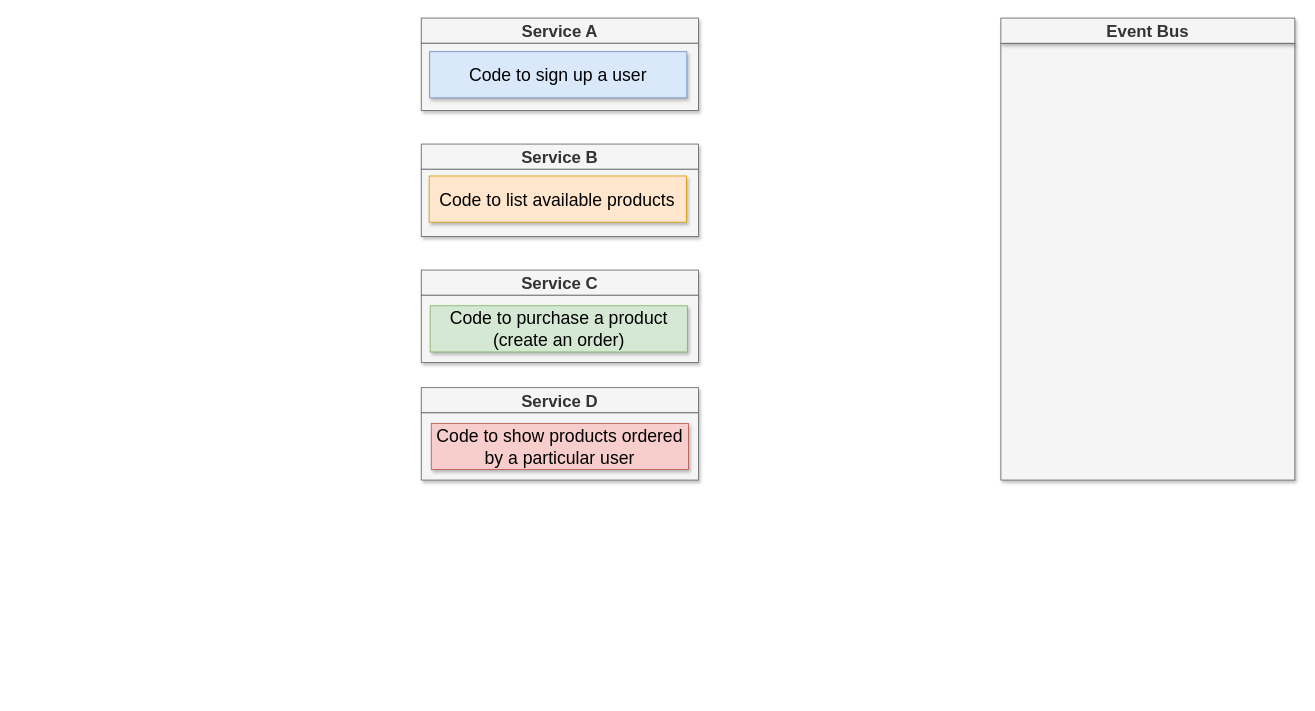
Before: page "12 - async" (14 of 16) of diagrams/01/03.drawio in HappySuzuki/microservices-cast, a draw.io diagram. Source tidied: cells renumbered, new cells numbered last; positions are measured from the earlier drawing's top-left corner, leaving out a move shared by most shapes. Both pictures are drawn from the tidied source at 84%, with x=0, y=0 at pixel (421, 18).
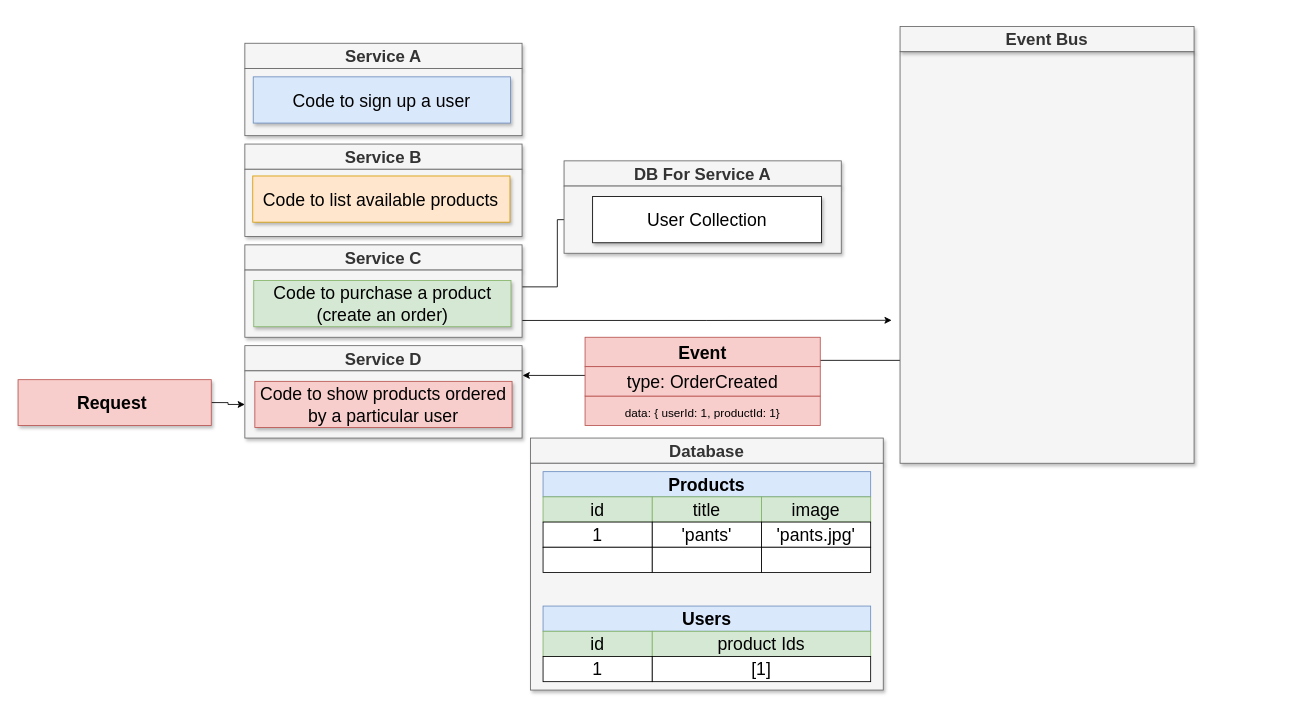
The same diagram, later.

What changed in the source:
```diff
@@
     <mxCell id="2" value="Service B" style="rounded=0;whiteSpace=wrap;html=1;shadow=1;fontSize=20;fillColor=#f5f5f5;strokeColor=#666666;fontColor=#333333;fontStyle=1;" parent="1" vertex="1">
-      <mxGeometry y="150" width="330" height="30" as="geometry" />
+      <mxGeometry x="-210" y="150" width="330" height="30" as="geometry" />
     </mxCell>
     <mxCell id="3" value="Service C" style="rounded=0;whiteSpace=wrap;html=1;shadow=1;fontSize=20;fillColor=#f5f5f5;strokeColor=#666666;fontColor=#333333;fontStyle=1;" parent="1" vertex="1">
-      <mxGeometry y="300" width="330" height="30" as="geometry" />
+      <mxGeometry x="-210" y="270" width="330" height="30" as="geometry" />
     </mxCell>
     <mxCell id="4" value="Service A" style="rounded=0;whiteSpace=wrap;html=1;shadow=1;fontSize=20;fillColor=#f5f5f5;strokeColor=#666666;fontColor=#333333;fontStyle=1;" parent="1" vertex="1">
-      <mxGeometry width="330" height="30" as="geometry" />
+      <mxGeometry x="-210" y="30" width="330" height="30" as="geometry" />
     </mxCell>
     <mxCell id="5" style="rounded=0;whiteSpace=wrap;html=1;shadow=1;fontSize=28;fillColor=#f5f5f5;strokeColor=#666666;fontColor=#333333;" parent="1" vertex="1">
-      <mxGeometry y="30" width="330" height="80" as="geometry" />
+      <mxGeometry x="-210" y="60" width="330" height="80" as="geometry" />
     </mxCell>
     <mxCell id="6" value="Code to sign up a user" style="rounded=0;whiteSpace=wrap;html=1;shadow=1;fontSize=21;fillColor=#dae8fc;strokeColor=#6c8ebf;" parent="1" vertex="1">
-      <mxGeometry x="10" y="40" width="306.2" height="55" as="geometry" />
+      <mxGeometry x="-200" y="70" width="306.2" height="55" as="geometry" />
     </mxCell>
     <mxCell id="7" style="rounded=0;whiteSpace=wrap;html=1;shadow=1;fontSize=28;fillColor=#f5f5f5;strokeColor=#666666;fontColor=#333333;" parent="1" vertex="1">
-      <mxGeometry y="180" width="330" height="80" as="geometry" />
+      <mxGeometry x="-210" y="180" width="330" height="80" as="geometry" />
     </mxCell>
+    <mxCell id="16" style="edgeStyle=orthogonalEdgeStyle;rounded=0;jettySize=auto;html=1;exitX=1;exitY=0.25;exitDx=0;exitDy=0;entryX=0;entryY=0.5;entryDx=0;entryDy=0;fontSize=8;" parent="1" edge="1" source="8" target="40">
+      <mxGeometry relative="1" as="geometry" />
+    </mxCell>
+    <mxCell id="17" style="edgeStyle=orthogonalEdgeStyle;rounded=0;jettySize=auto;html=1;exitX=1;exitY=0.75;exitDx=0;exitDy=0;fontSize=8;" parent="1" edge="1" source="8">
+      <mxGeometry relative="1" as="geometry">
+        <mxPoint x="560" y="359.8" as="targetPoint" />
+      </mxGeometry>
+    </mxCell>
     <mxCell id="8" style="rounded=0;whiteSpace=wrap;html=1;shadow=1;fontSize=28;fillColor=#f5f5f5;strokeColor=#666666;fontColor=#333333;" parent="1" vertex="1">
-      <mxGeometry y="330" width="330" height="80" as="geometry" />
+      <mxGeometry x="-210" y="300" width="330" height="80" as="geometry" />
     </mxCell>
     <mxCell id="9" value="Code to list available products" style="rounded=0;whiteSpace=wrap;html=1;shadow=1;fontSize=21;fillColor=#ffe6cc;strokeColor=#d79b00;" parent="1" vertex="1">
-      <mxGeometry x="9.4" y="188" width="306.2" height="55" as="geometry" />
+      <mxGeometry x="-200.6" y="188" width="306.2" height="55" as="geometry" />
     </mxCell>
     <mxCell id="10" value="Code to purchase a product (create an order)" style="rounded=0;whiteSpace=wrap;html=1;shadow=1;fontSize=21;fillColor=#d5e8d4;strokeColor=#82b366;" parent="1" vertex="1">
-      <mxGeometry x="10.6" y="342.5" width="306.2" height="55" as="geometry" />
+      <mxGeometry x="-199.4" y="312.5" width="306.2" height="55" as="geometry" />
     </mxCell>
+    <mxCell id="18" style="edgeStyle=orthogonalEdgeStyle;rounded=0;jettySize=auto;html=1;exitX=0;exitY=0.75;exitDx=0;exitDy=0;entryX=1.002;entryY=0.068;entryDx=0;entryDy=0;entryPerimeter=0;fontSize=8;" parent="1" edge="1" source="11" target="14">
+      <mxGeometry relative="1" as="geometry" />
+    </mxCell>
     <mxCell id="11" style="rounded=0;whiteSpace=wrap;html=1;shadow=1;fontSize=28;fillColor=#f5f5f5;strokeColor=#666666;fontColor=#333333;" parent="1" vertex="1">
-      <mxGeometry x="690" y="30" width="350" height="520" as="geometry" />
+      <mxGeometry x="570" y="40" width="350" height="490" as="geometry" />
     </mxCell>
     <mxCell id="12" value="Event Bus" style="rounded=0;whiteSpace=wrap;html=1;shadow=1;fontSize=20;fillColor=#f5f5f5;strokeColor=#666666;fontColor=#333333;fontStyle=1;" parent="1" vertex="1">
-      <mxGeometry x="690" width="350" height="30" as="geometry" />
+      <mxGeometry x="570" y="10" width="350" height="30" as="geometry" />
     </mxCell>
     <mxCell id="13" value="Service D" style="rounded=0;whiteSpace=wrap;html=1;shadow=1;fontSize=20;fillColor=#f5f5f5;strokeColor=#666666;fontColor=#333333;fontStyle=1;" parent="1" vertex="1">
-      <mxGeometry y="440" width="330" height="30" as="geometry" />
+      <mxGeometry x="-210" y="390" width="330" height="30" as="geometry" />
     </mxCell>
     <mxCell id="14" style="rounded=0;whiteSpace=wrap;html=1;shadow=1;fontSize=28;fillColor=#f5f5f5;strokeColor=#666666;fontColor=#333333;" parent="1" vertex="1">
-      <mxGeometry y="470" width="330" height="80" as="geometry" />
+      <mxGeometry x="-210" y="420" width="330" height="80" as="geometry" />
     </mxCell>
     <mxCell id="15" value="Code to show products ordered by a particular user" style="rounded=0;whiteSpace=wrap;html=1;shadow=1;fontSize=21;fillColor=#f8cecc;strokeColor=#b85450;" parent="1" vertex="1">
-      <mxGeometry x="11.9" y="482.5" width="306.2" height="55" as="geometry" />
+      <mxGeometry x="-198.1" y="432.5" width="306.2" height="55" as="geometry" />
     </mxCell>
+    <mxCell id="19" value="Database" style="rounded=0;whiteSpace=wrap;html=1;shadow=1;fontSize=20;fillColor=#f5f5f5;strokeColor=#666666;fontColor=#333333;fontStyle=1;" parent="1" vertex="1">
+      <mxGeometry x="130" y="500" width="420" height="30" as="geometry" />
+    </mxCell>
+    <mxCell id="20" style="rounded=0;whiteSpace=wrap;html=1;shadow=1;fontSize=28;fillColor=#f5f5f5;strokeColor=#666666;fontColor=#333333;" parent="1" vertex="1">
+      <mxGeometry x="130" y="530" width="420" height="270" as="geometry" />
+    </mxCell>
+    <mxCell id="21" value="Products" style="rounded=0;whiteSpace=wrap;html=1;shadow=0;fontSize=21;fillColor=#dae8fc;strokeColor=#6c8ebf;fontStyle=1;" parent="1" vertex="1">
+      <mxGeometry x="145" y="540" width="390" height="30" as="geometry" />
+    </mxCell>
+    <mxCell id="22" value="id" style="rounded=0;whiteSpace=wrap;html=1;shadow=0;fontSize=21;fillColor=#d5e8d4;strokeColor=#82b366;" parent="1" vertex="1">
+      <mxGeometry x="145" y="570" width="130" height="30" as="geometry" />
+    </mxCell>
+    <mxCell id="23" value="title" style="rounded=0;whiteSpace=wrap;html=1;shadow=0;fontSize=21;fillColor=#d5e8d4;strokeColor=#82b366;" parent="1" vertex="1">
+      <mxGeometry x="275" y="570" width="130" height="30" as="geometry" />
+    </mxCell>
+    <mxCell id="24" value="image" style="rounded=0;whiteSpace=wrap;html=1;shadow=0;fontSize=21;fillColor=#d5e8d4;strokeColor=#82b366;" parent="1" vertex="1">
+      <mxGeometry x="405" y="570" width="130" height="30" as="geometry" />
+    </mxCell>
+    <mxCell id="25" value="1" style="rounded=0;whiteSpace=wrap;html=1;shadow=0;fontSize=21;" parent="1" vertex="1">
+      <mxGeometry x="145" y="600" width="130" height="30" as="geometry" />
+    </mxCell>
+    <mxCell id="26" value="'pants'" style="rounded=0;whiteSpace=wrap;html=1;shadow=0;fontSize=21;" parent="1" vertex="1">
+      <mxGeometry x="275" y="600" width="130" height="30" as="geometry" />
+    </mxCell>
+    <mxCell id="27" value="'pants.jpg'" style="rounded=0;whiteSpace=wrap;html=1;shadow=0;fontSize=21;" parent="1" vertex="1">
+      <mxGeometry x="405" y="600" width="130" height="30" as="geometry" />
+    </mxCell>
+    <mxCell id="28" value="Users" style="rounded=0;whiteSpace=wrap;html=1;shadow=0;fontSize=21;fillColor=#dae8fc;strokeColor=#6c8ebf;fontStyle=1;" parent="1" vertex="1">
+      <mxGeometry x="145" y="700" width="390" height="30" as="geometry" />
+    </mxCell>
+    <mxCell id="29" value="id" style="rounded=0;whiteSpace=wrap;html=1;shadow=0;fontSize=21;fillColor=#d5e8d4;strokeColor=#82b366;" parent="1" vertex="1">
+      <mxGeometry x="145" y="730" width="130" height="30" as="geometry" />
+    </mxCell>
+    <mxCell id="30" value="product Ids" style="rounded=0;whiteSpace=wrap;html=1;shadow=0;fontSize=21;fillColor=#d5e8d4;strokeColor=#82b366;" parent="1" vertex="1">
+      <mxGeometry x="275" y="730" width="260" height="30" as="geometry" />
+    </mxCell>
+    <mxCell id="31" value="1" style="rounded=0;whiteSpace=wrap;html=1;shadow=0;fontSize=21;" parent="1" vertex="1">
+      <mxGeometry x="145" y="760" width="130" height="30" as="geometry" />
+    </mxCell>
+    <mxCell id="32" value="[1]" style="rounded=0;whiteSpace=wrap;html=1;shadow=0;fontSize=21;" parent="1" vertex="1">
+      <mxGeometry x="275" y="760" width="260" height="30" as="geometry" />
+    </mxCell>
+    <mxCell id="33" style="rounded=0;whiteSpace=wrap;html=1;shadow=0;fontSize=21;" parent="1" vertex="1">
+      <mxGeometry x="145" y="630" width="130" height="30" as="geometry" />
+    </mxCell>
+    <mxCell id="34" style="rounded=0;whiteSpace=wrap;html=1;shadow=0;fontSize=21;" parent="1" vertex="1">
+      <mxGeometry x="275" y="630" width="130" height="30" as="geometry" />
+    </mxCell>
+    <mxCell id="35" style="rounded=0;whiteSpace=wrap;html=1;shadow=0;fontSize=21;" parent="1" vertex="1">
+      <mxGeometry x="405" y="630" width="130" height="30" as="geometry" />
+    </mxCell>
+    <mxCell id="36" style="edgeStyle=orthogonalEdgeStyle;rounded=0;jettySize=auto;html=1;exitX=1;exitY=0.5;exitDx=0;exitDy=0;fontSize=8;" parent="1" edge="1" source="37" target="14">
+      <mxGeometry relative="1" as="geometry" />
+    </mxCell>
+    <mxCell id="37" value="Request&amp;nbsp;" style="rounded=0;whiteSpace=wrap;html=1;shadow=1;fontSize=21;fillColor=#f8cecc;strokeColor=#b85450;fontStyle=1;" parent="1" vertex="1">
+      <mxGeometry x="-480" y="430.5" width="230" height="54.5" as="geometry" />
+    </mxCell>
+    <mxCell id="38" value="DB For Service A" style="rounded=0;whiteSpace=wrap;html=1;shadow=1;fontSize=20;fillColor=#f5f5f5;strokeColor=#666666;fontColor=#333333;fontStyle=1;" parent="1" vertex="1">
+      <mxGeometry x="170" y="170" width="330" height="30" as="geometry" />
+    </mxCell>
+    <mxCell id="39" style="rounded=0;whiteSpace=wrap;html=1;shadow=1;fontSize=28;fillColor=#f5f5f5;strokeColor=#666666;fontColor=#333333;" parent="1" vertex="1">
+      <mxGeometry x="170" y="200" width="330" height="80" as="geometry" />
+    </mxCell>
+    <mxCell id="40" value="User Collection" style="rounded=0;whiteSpace=wrap;html=1;shadow=1;fontSize=21;" parent="1" vertex="1">
+      <mxGeometry x="204" y="212.5" width="272.5" height="55" as="geometry" />
+    </mxCell>
+    <mxCell id="41" style="group;" parent="1" vertex="1">
+      <mxGeometry x="195" y="380" width="280" height="105" as="geometry" />
+    </mxCell>
+    <mxCell id="42" style="group;" parent="41" vertex="1">
+      <mxGeometry width="280" height="105" as="geometry" />
+    </mxCell>
+    <mxCell id="43" style="group;fontSize=8;" parent="42" vertex="1">
+      <mxGeometry width="280" height="105" as="geometry" />
+    </mxCell>
+    <mxCell id="44" value="&lt;font style=&quot;font-size: 14px&quot;&gt;data: { userId: 1, productId: 1}&lt;/font&gt;" style="rounded=0;whiteSpace=wrap;html=1;shadow=0;fontSize=21;fillColor=#f8cecc;strokeColor=#b85450;" parent="43" vertex="1">
+      <mxGeometry y="70" width="280" height="35" as="geometry" />
+    </mxCell>
+    <mxCell id="45" value="&lt;b&gt;Event&lt;/b&gt;" style="rounded=0;whiteSpace=wrap;html=1;shadow=0;fontSize=21;fillColor=#f8cecc;strokeColor=#b85450;" parent="43" vertex="1">
+      <mxGeometry width="280" height="35" as="geometry" />
+    </mxCell>
+    <mxCell id="46" value="&lt;span&gt;type: OrderCreated&lt;/span&gt;" style="rounded=0;whiteSpace=wrap;html=1;shadow=0;fontSize=21;fillColor=#f8cecc;strokeColor=#b85450;fontStyle=0;" parent="43" vertex="1">
+      <mxGeometry y="35" width="280" height="35" as="geometry" />
+    </mxCell>
```
